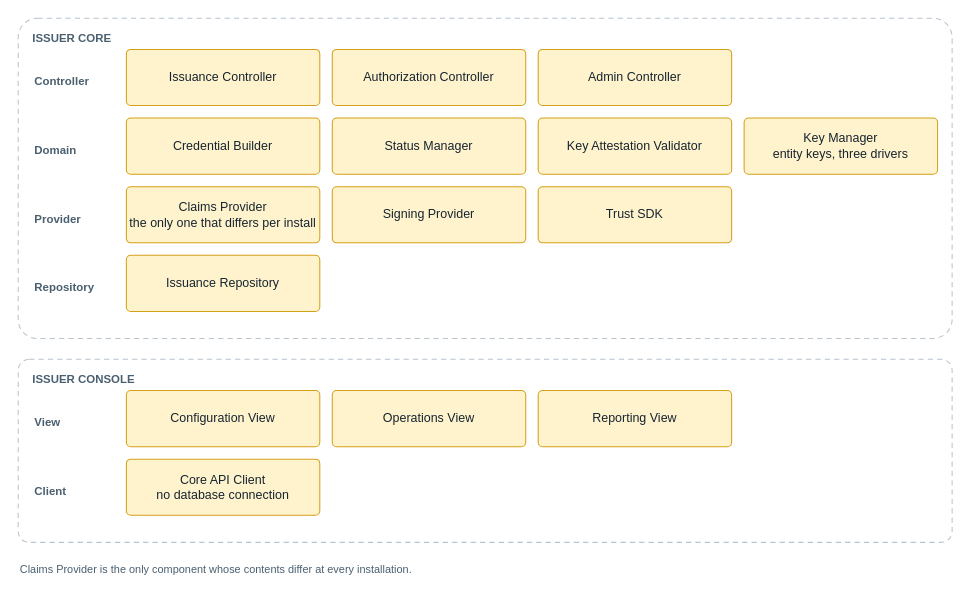
Above: images/architecture-framework/software-architecture/component-issuer-services.drawio in id-verifiable-credential-dev/id-doc-idctf (draw.io), before the change. Source tidied: cells renumbered, new cells numbered last; positions are measured from the earlier drawing's top-left corner, leaving out a move shared by most shapes. Both pictures are drawn from the tidied source at 104%, with x=0, y=0 at pixel (18, 18).
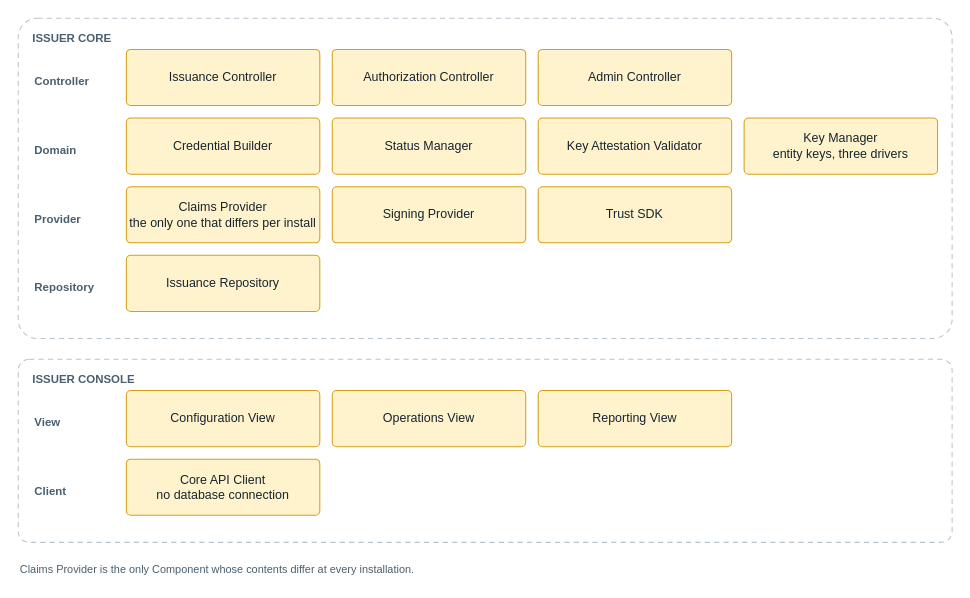
The same diagram, later.

What changed in the source:
```diff
@@
-    <mxCell id="25" value="Claims Provider is the only component whose contents differ at every installation." style="text;html=1;strokeColor=none;fillColor=none;align=left;verticalAlign=middle;fontSize=10.5;fontColor=#4a5f6f;fontStyle=0;" parent="1" vertex="1">
+    <mxCell id="25" value="Claims Provider is the only Component whose contents differ at every installation." style="text;html=1;strokeColor=none;fillColor=none;align=left;verticalAlign=middle;fontSize=10.5;fontColor=#4a5f6f;fontStyle=0;" parent="1" vertex="1">
       <mxGeometry y="520" width="220" height="20" as="geometry" />
     </mxCell>
```
